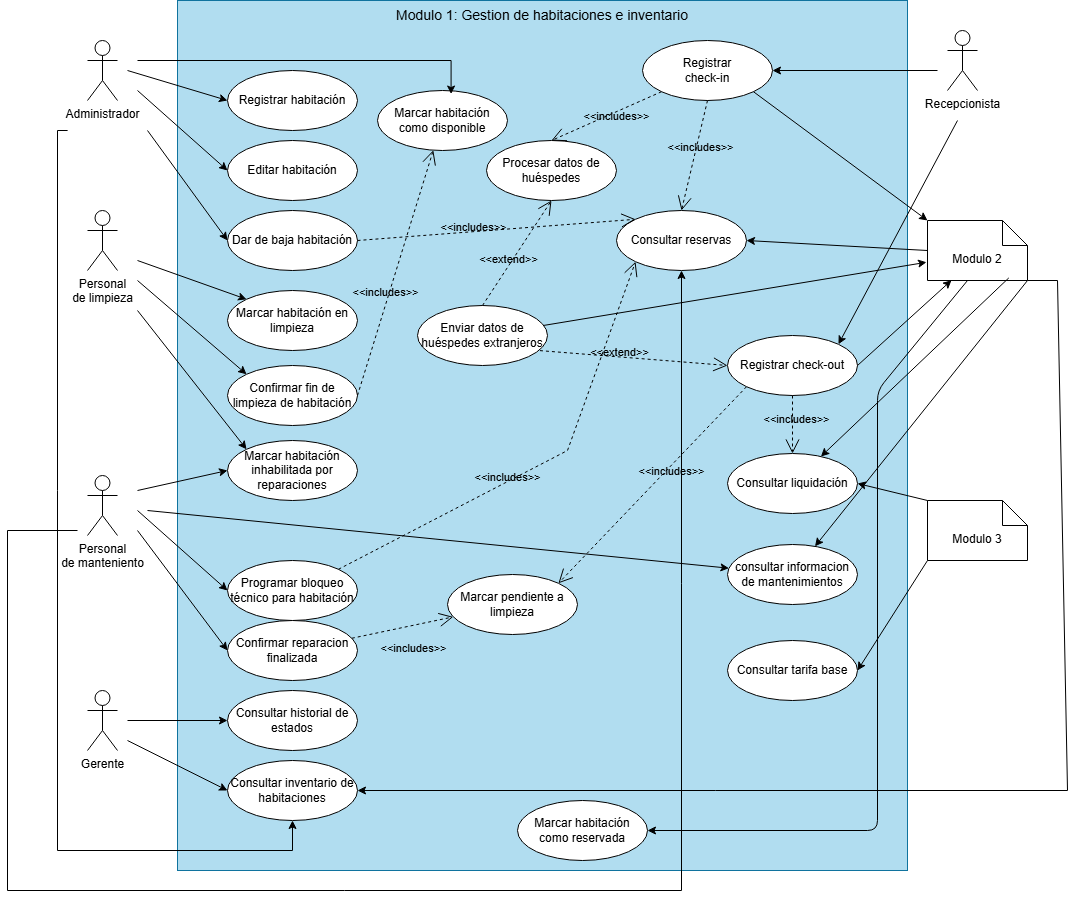
Above: documentos/diagramas/cdu-modulo-1.png in MirianMarriaga/hospitua-module-1 (draw.io), before the change. Source tidied: cells renumbered, new cells last; positions are measured from the earlier drawing's top-left corner, leaving out a move shared by most shapes.
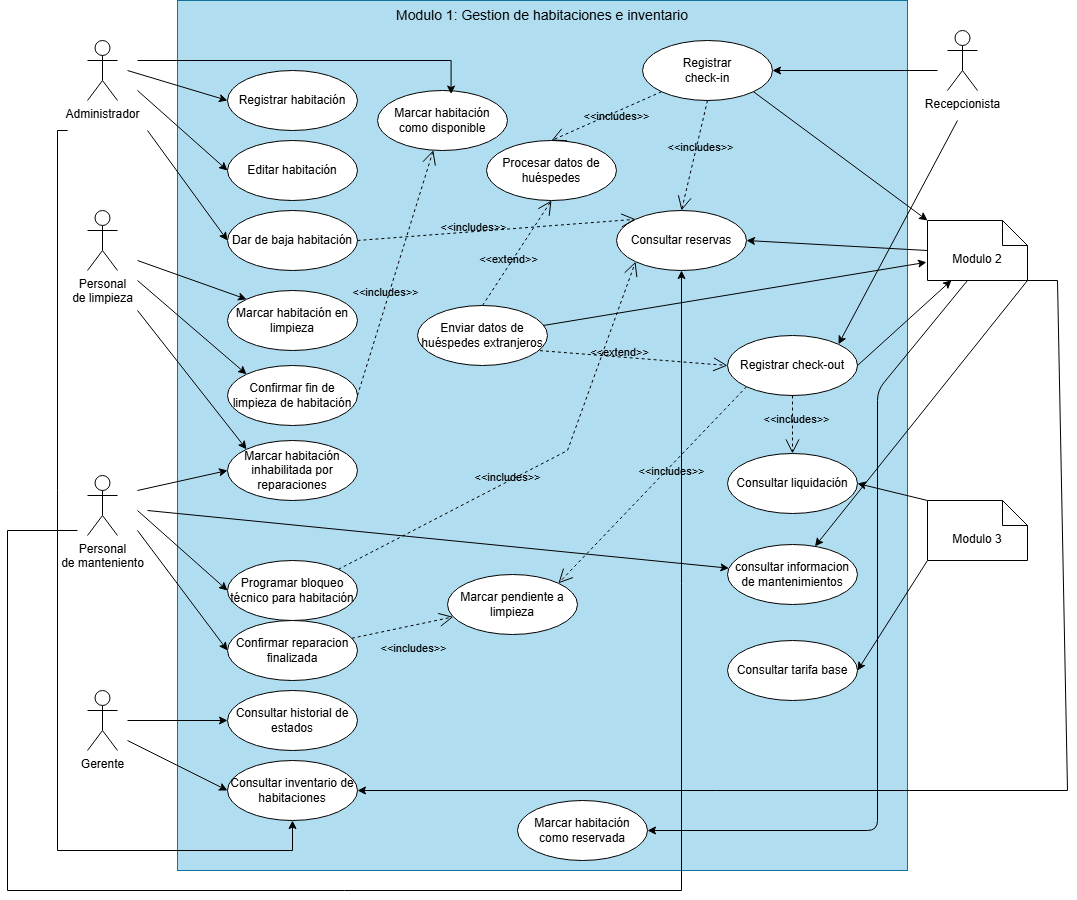
The same file after the commit.

What changed in the source:
```diff
@@ -253,9 +253,6 @@
         </Array>
       </mxGeometry>
     </mxCell>
-    <mxCell id="67" style="endArrow=classic;html=1;rounded=0;endFill=1;exitX=0.813;exitY=0.957;exitDx=0;exitDy=0;exitPerimeter=0;labelBackgroundColor=none;fontColor=default;" parent="1" edge="1" source="7" target="68">
-      <mxGeometry relative="1" as="geometry" />
-    </mxCell>
     <mxCell id="68" value="Consultar liquidación" style="ellipse;whiteSpace=wrap;html=1;labelBackgroundColor=none;" parent="1" vertex="1">
       <mxGeometry x="720" y="453" width="130" height="60" as="geometry" />
     </mxCell>
```
